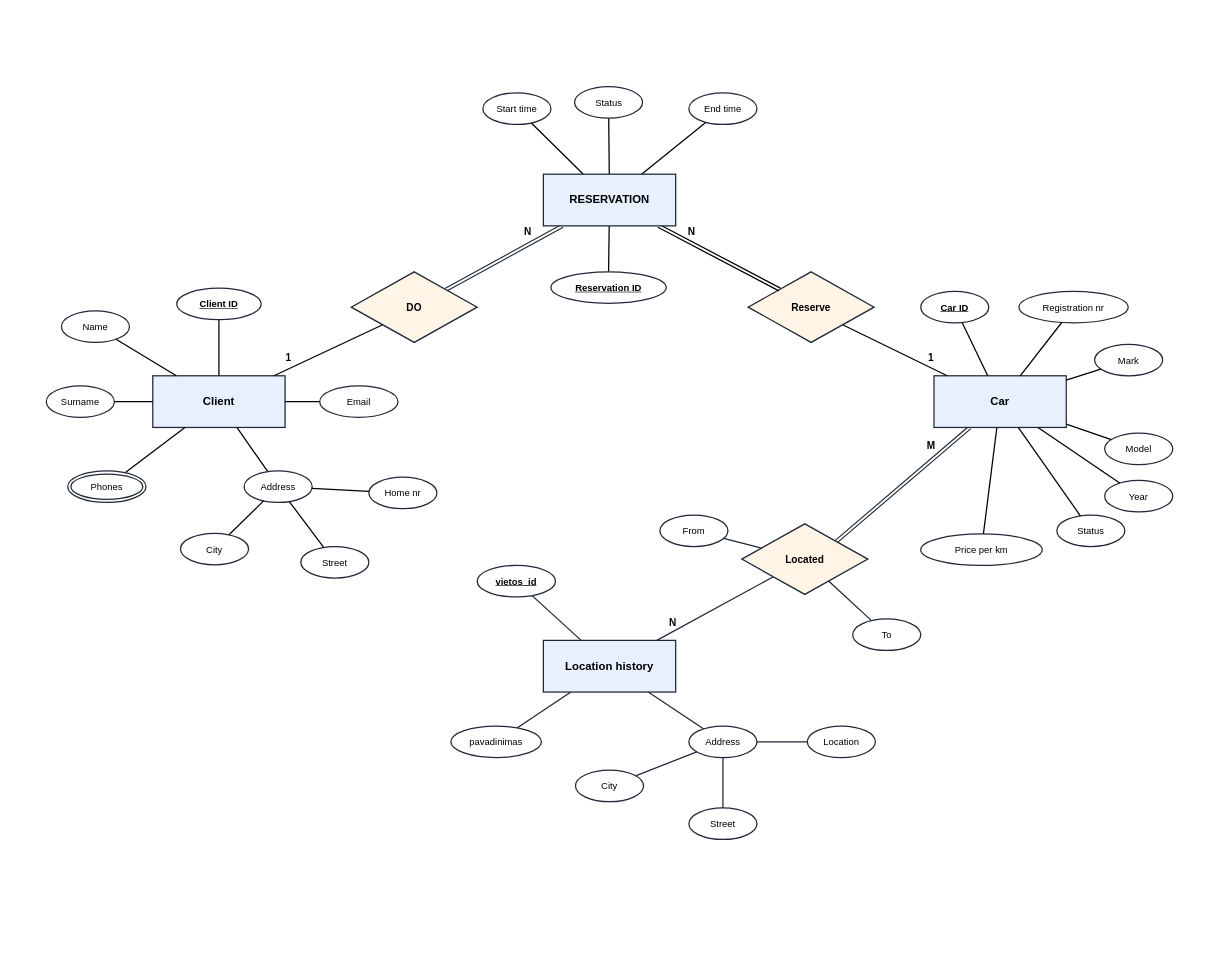
The draw.io diagram 2/docs/er-model.drawio in Makar1y/DBMS, before the edit. Source tidied: cells renumbered, new cells numbered last; positions are measured from the earlier drawing's top-left corner, leaving out a move shared by most shapes. Both pictures are drawn from the tidied source at 63%, with x=0, y=0 at pixel (11, 11).
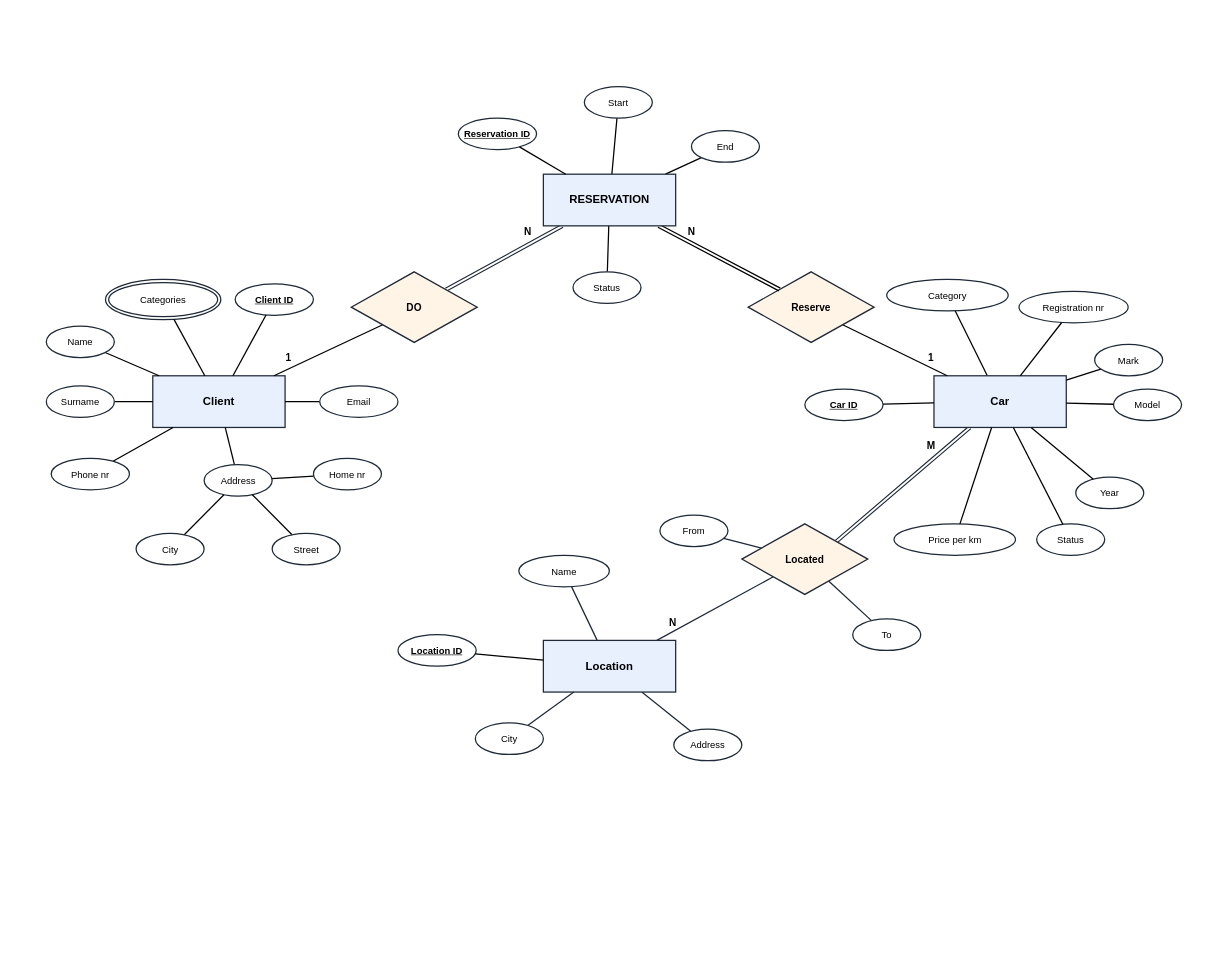
The same page after the edit.

Unchanged cells that the change refers to:
```xml
<mxCell id="12" value="Client" style="rounded=0;whiteSpace=wrap;html=1;fillColor=#e8f0fe;strokeColor=#1f2937;strokeWidth=2;fontSize=18;fontStyle=1;verticalAlign=middle;align=center;" parent="1" vertex="1">
  <mxGeometry x="225" y="579" width="210" height="82" as="geometry" />
</mxCell>
<mxCell id="13" value="Car" style="rounded=0;whiteSpace=wrap;html=1;fillColor=#e8f0fe;strokeColor=#1f2937;strokeWidth=2;fontSize=18;fontStyle=1;verticalAlign=middle;align=center;" parent="1" vertex="1">
  <mxGeometry x="1465" y="579" width="210" height="82" as="geometry" />
</mxCell>
<mxCell id="62" value="RESERVATION" style="rounded=0;whiteSpace=wrap;html=1;fillColor=#e8f0fe;strokeColor=#1f2937;strokeWidth=2;fontSize=18;fontStyle=1;verticalAlign=middle;align=center;" parent="1" vertex="1">
  <mxGeometry x="845" y="259" width="210" height="82" as="geometry" />
</mxCell>
```

Change to the diagram source:
```diff
@@
-    <mxCell id="6" style="edgeStyle=none;endArrow=none;html=1;rounded=0;strokeWidth=2;strokeColor=#1f2937;" parent="1" edge="1" source="14" target="52">
-      <mxGeometry relative="1" as="geometry" />
-    </mxCell>
-    <mxCell id="7" style="edgeStyle=none;endArrow=none;html=1;rounded=0;strokeWidth=2;strokeColor=#1f2937;" parent="1" edge="1">
-      <mxGeometry relative="1" as="geometry">
-        <mxPoint x="950" y="1040" as="sourcePoint" />
-        <mxPoint x="770" y="1160" as="targetPoint" />
-      </mxGeometry>
+    <mxCell id="7" style="edgeStyle=none;endArrow=none;html=1;rounded=0;strokeWidth=2;strokeColor=#1f2937;" parent="1" edge="1" source="14" target="53">
+      <mxGeometry relative="1" as="geometry" />
     </mxCell>
-    <mxCell id="8" style="edgeStyle=none;endArrow=none;html=1;rounded=0;strokeWidth=2;strokeColor=#1f2937;" parent="1" edge="1" source="55" target="54">
-      <mxGeometry relative="1" as="geometry" />
-    </mxCell>
-    <mxCell id="9" style="edgeStyle=none;endArrow=none;html=1;rounded=0;strokeWidth=2;strokeColor=#1f2937;" parent="1" edge="1">
-      <mxGeometry relative="1" as="geometry">
-        <mxPoint x="950" y="1040" as="sourcePoint" />
-        <mxPoint x="1130" y="1160" as="targetPoint" />
-      </mxGeometry>
+    <mxCell id="9" style="edgeStyle=none;endArrow=none;html=1;rounded=0;strokeWidth=2;strokeColor=#1f2937;" parent="1" edge="1" source="14" target="55">
+      <mxGeometry relative="1" as="geometry" />
     </mxCell>
@@
+    <mxCell id="73" style="edgeStyle=none;html=1;endArrow=none;endFill=0;strokeWidth=2;" parent="1" edge="1" source="13" target="75">
+      <mxGeometry relative="1" as="geometry" />
+    </mxCell>
@@
-    <mxCell id="14" value="Location history" style="rounded=0;whiteSpace=wrap;html=1;fillColor=#e8f0fe;strokeColor=#1f2937;strokeWidth=2;fontSize=18;fontStyle=1;verticalAlign=middle;align=center;" parent="1" vertex="1">
+    <mxCell id="14" value="Location" style="rounded=0;whiteSpace=wrap;html=1;fillColor=#e8f0fe;strokeColor=#1f2937;strokeWidth=2;fontSize=18;fontStyle=1;verticalAlign=middle;align=center;" parent="1" vertex="1">
       <mxGeometry x="845" y="999" width="210" height="82" as="geometry" />
     </mxCell>
@@
-    <mxCell id="18" style="edgeStyle=none;html=1;endArrow=none;endFill=0;strokeWidth=2;" parent="1" edge="1" source="19" target="12">
-      <mxGeometry relative="1" as="geometry" />
-    </mxCell>
-    <mxCell id="19" value="Client ID" style="ellipse;whiteSpace=wrap;html=1;fillColor=#ffffff;strokeColor=#1f2937;strokeWidth=2;fontSize=15;align=center;verticalAlign=middle;fontStyle=5;" parent="1" vertex="1">
-      <mxGeometry x="263" y="440" width="134" height="50" as="geometry" />
-    </mxCell>
@@
     <mxCell id="21" value="Name" style="ellipse;whiteSpace=wrap;html=1;fillColor=#ffffff;strokeColor=#1f2937;strokeWidth=2;fontSize=15;align=center;verticalAlign=middle;fontStyle=0;" parent="1" vertex="1">
-      <mxGeometry x="80" y="476" width="108" height="50" as="geometry" />
+      <mxGeometry x="56" y="500" width="108" height="50" as="geometry" />
     </mxCell>
@@
-    <mxCell id="27" value="Phones" style="ellipse;shape=doubleEllipse;whiteSpace=wrap;html=1;fillColor=#ffffff;strokeColor=#1f2937;strokeWidth=2;fontSize=15;align=center;verticalAlign=middle;fontStyle=0;" parent="1" vertex="1">
-      <mxGeometry x="90" y="730" width="124.2" height="50" as="geometry" />
+    <mxCell id="27" value="Phone nr" style="ellipse;whiteSpace=wrap;html=1;fillColor=#ffffff;strokeColor=#1f2937;strokeWidth=2;fontSize=15;align=center;verticalAlign=middle;fontStyle=0;" parent="1" vertex="1">
+      <mxGeometry x="63.8" y="710" width="124.2" height="50" as="geometry" />
     </mxCell>
@@
     <mxCell id="30" value="Address" style="ellipse;whiteSpace=wrap;html=1;fillColor=#ffffff;strokeColor=#1f2937;strokeWidth=2;fontSize=15;align=center;verticalAlign=middle;fontStyle=0;" parent="1" vertex="1">
-      <mxGeometry x="370" y="730" width="108" height="50" as="geometry" />
+      <mxGeometry x="306.5" y="720" width="108" height="50" as="geometry" />
     </mxCell>
@@
     <mxCell id="32" value="City" style="ellipse;whiteSpace=wrap;html=1;fillColor=#ffffff;strokeColor=#1f2937;strokeWidth=2;fontSize=15;align=center;verticalAlign=middle;fontStyle=0;" parent="1" vertex="1">
-      <mxGeometry x="269" y="829" width="108" height="50" as="geometry" />
+      <mxGeometry x="198.5" y="829" width="108" height="50" as="geometry" />
     </mxCell>
@@
     <mxCell id="34" value="Street" style="ellipse;whiteSpace=wrap;html=1;fillColor=#ffffff;strokeColor=#1f2937;strokeWidth=2;fontSize=15;align=center;verticalAlign=middle;fontStyle=0;" parent="1" vertex="1">
-      <mxGeometry x="460" y="850" width="108" height="50" as="geometry" />
+      <mxGeometry x="414.5" y="829" width="108" height="50" as="geometry" />
     </mxCell>
     <mxCell id="35" value="Home nr" style="ellipse;whiteSpace=wrap;html=1;fillColor=#ffffff;strokeColor=#1f2937;strokeWidth=2;fontSize=15;align=center;verticalAlign=middle;fontStyle=0;" parent="1" vertex="1">
-      <mxGeometry x="568" y="740" width="108" height="50" as="geometry" />
+      <mxGeometry x="480" y="710" width="108" height="50" as="geometry" />
     </mxCell>
-    <mxCell id="36" style="edgeStyle=none;html=1;exitX=0.5;exitY=0;exitDx=0;exitDy=0;endArrow=none;endFill=0;startArrow=none;startFill=0;strokeWidth=2;" parent="1" edge="1" source="37" target="62">
-      <mxGeometry relative="1" as="geometry" />
-    </mxCell>
-    <mxCell id="37" value="Reservation ID" style="ellipse;whiteSpace=wrap;html=1;fillColor=#ffffff;strokeColor=#1f2937;strokeWidth=2;fontSize=15;align=center;verticalAlign=middle;fontStyle=5;" parent="1" vertex="1">
-      <mxGeometry x="857" y="414" width="183" height="50" as="geometry" />
-    </mxCell>
@@
-    <mxCell id="39" value="Start time" style="ellipse;whiteSpace=wrap;html=1;fillColor=#ffffff;strokeColor=#1f2937;strokeWidth=2;fontSize=15;align=center;verticalAlign=middle;fontStyle=0;" parent="1" vertex="1">
-      <mxGeometry x="749" y="130" width="108" height="50" as="geometry" />
+    <mxCell id="39" value="Start" style="ellipse;whiteSpace=wrap;html=1;fillColor=#ffffff;strokeColor=#1f2937;strokeWidth=2;fontSize=15;align=center;verticalAlign=middle;fontStyle=0;" parent="1" vertex="1">
+      <mxGeometry x="910" y="120" width="108" height="50" as="geometry" />
     </mxCell>
@@
-    <mxCell id="41" value="End time" style="ellipse;whiteSpace=wrap;html=1;fillColor=#ffffff;strokeColor=#1f2937;strokeWidth=2;fontSize=15;align=center;verticalAlign=middle;fontStyle=0;" parent="1" vertex="1">
-      <mxGeometry x="1076" y="130" width="108" height="50" as="geometry" />
+    <mxCell id="41" value="End" style="ellipse;whiteSpace=wrap;html=1;fillColor=#ffffff;strokeColor=#1f2937;strokeWidth=2;fontSize=15;align=center;verticalAlign=middle;fontStyle=0;" parent="1" vertex="1">
+      <mxGeometry x="1080" y="190" width="108" height="50" as="geometry" />
     </mxCell>
@@
     <mxCell id="43" value="Status" style="ellipse;whiteSpace=wrap;html=1;fillColor=#ffffff;strokeColor=#1f2937;strokeWidth=2;fontSize=15;align=center;verticalAlign=middle;fontStyle=0;" parent="1" vertex="1">
-      <mxGeometry x="894.5" y="120" width="108" height="50" as="geometry" />
+      <mxGeometry x="892" y="414" width="108" height="50" as="geometry" />
     </mxCell>
-    <mxCell id="44" style="edgeStyle=none;html=1;endArrow=none;endFill=0;strokeWidth=2;" parent="1" edge="1" source="45" target="13">
-      <mxGeometry relative="1" as="geometry" />
-    </mxCell>
-    <mxCell id="45" value="Car ID" style="ellipse;whiteSpace=wrap;html=1;fillColor=#ffffff;strokeColor=#1f2937;strokeWidth=2;fontSize=15;align=center;verticalAlign=middle;fontStyle=5;" parent="1" vertex="1">
-      <mxGeometry x="1444" y="445" width="108" height="50" as="geometry" />
-    </mxCell>
@@
     <mxCell id="48" value="Model" style="ellipse;whiteSpace=wrap;html=1;fillColor=#ffffff;strokeColor=#1f2937;strokeWidth=2;fontSize=15;align=center;verticalAlign=middle;fontStyle=0;" parent="1" vertex="1">
-      <mxGeometry x="1736" y="670" width="108" height="50" as="geometry" />
+      <mxGeometry x="1750" y="600" width="108" height="50" as="geometry" />
     </mxCell>
     <mxCell id="49" value="Year" style="ellipse;whiteSpace=wrap;html=1;fillColor=#ffffff;strokeColor=#1f2937;strokeWidth=2;fontSize=15;align=center;verticalAlign=middle;fontStyle=0;" parent="1" vertex="1">
-      <mxGeometry x="1736" y="745" width="108" height="50" as="geometry" />
+      <mxGeometry x="1690" y="740" width="108" height="50" as="geometry" />
     </mxCell>
     <mxCell id="50" value="Status" style="ellipse;whiteSpace=wrap;html=1;fillColor=#ffffff;strokeColor=#1f2937;strokeWidth=2;fontSize=15;align=center;verticalAlign=middle;fontStyle=0;" parent="1" vertex="1">
-      <mxGeometry x="1660" y="800" width="108" height="50" as="geometry" />
+      <mxGeometry x="1628" y="814" width="108" height="50" as="geometry" />
     </mxCell>
     <mxCell id="51" value="Price per km" style="ellipse;whiteSpace=wrap;html=1;fillColor=#ffffff;strokeColor=#1f2937;strokeWidth=2;fontSize=15;align=center;verticalAlign=middle;fontStyle=0;" parent="1" vertex="1">
-      <mxGeometry x="1444" y="830" width="192.8" height="50" as="geometry" />
+      <mxGeometry x="1401.6" y="814" width="192.8" height="50" as="geometry" />
     </mxCell>
-    <mxCell id="52" value="vietos_id" style="ellipse;whiteSpace=wrap;html=1;fillColor=#ffffff;strokeColor=#1f2937;strokeWidth=2;fontSize=15;align=center;verticalAlign=middle;fontStyle=5;" parent="1" vertex="1">
-      <mxGeometry x="740" y="880" width="124.2" height="50" as="geometry" />
-    </mxCell>
-    <mxCell id="53" value="pavadinimas" style="ellipse;whiteSpace=wrap;html=1;fillColor=#ffffff;strokeColor=#1f2937;strokeWidth=2;fontSize=15;align=center;verticalAlign=middle;fontStyle=0;" parent="1" vertex="1">
-      <mxGeometry x="698.1" y="1135" width="143.8" height="50" as="geometry" />
+    <mxCell id="53" value="Name" style="ellipse;whiteSpace=wrap;html=1;fillColor=#ffffff;strokeColor=#1f2937;strokeWidth=2;fontSize=15;align=center;verticalAlign=middle;fontStyle=0;" parent="1" vertex="1">
+      <mxGeometry x="806" y="864" width="143.8" height="50" as="geometry" />
     </mxCell>
-    <mxCell id="54" value="City" style="ellipse;whiteSpace=wrap;html=1;fillColor=#ffffff;strokeColor=#1f2937;strokeWidth=2;fontSize=15;align=center;verticalAlign=middle;fontStyle=0;" parent="1" vertex="1">
-      <mxGeometry x="896" y="1205" width="108" height="50" as="geometry" />
-    </mxCell>
     <mxCell id="55" value="Address" style="ellipse;whiteSpace=wrap;html=1;fillColor=#ffffff;strokeColor=#1f2937;strokeWidth=2;fontSize=15;align=center;verticalAlign=middle;fontStyle=0;" parent="1" vertex="1">
-      <mxGeometry x="1076" y="1135" width="108" height="50" as="geometry" />
+      <mxGeometry x="1052" y="1140" width="108" height="50" as="geometry" />
     </mxCell>
@@
-    <mxCell id="69" value="Street" style="ellipse;whiteSpace=wrap;html=1;fillColor=#ffffff;strokeColor=#1f2937;strokeWidth=2;fontSize=15;align=center;verticalAlign=middle;fontStyle=0;" parent="1" vertex="1">
-      <mxGeometry x="1076" y="1265" width="108" height="50" as="geometry" />
-    </mxCell>
-    <mxCell id="70" value="Location" style="ellipse;whiteSpace=wrap;html=1;fillColor=#ffffff;strokeColor=#1f2937;strokeWidth=2;fontSize=15;align=center;verticalAlign=middle;fontStyle=0;" parent="1" vertex="1">
-      <mxGeometry x="1264" y="1135" width="108" height="50" as="geometry" />
+    <mxCell id="70" value="City" style="ellipse;whiteSpace=wrap;html=1;fillColor=#ffffff;strokeColor=#1f2937;strokeWidth=2;fontSize=15;align=center;verticalAlign=middle;fontStyle=0;" parent="1" vertex="1">
+      <mxGeometry x="737" y="1130" width="108" height="50" as="geometry" />
     </mxCell>
-    <mxCell id="71" style="edgeStyle=none;endArrow=none;html=1;rounded=0;strokeWidth=2;strokeColor=#1f2937;" parent="1" edge="1" source="55" target="70">
+    <mxCell id="71" style="edgeStyle=none;endArrow=none;html=1;rounded=0;strokeWidth=2;strokeColor=#1f2937;" parent="1" edge="1" source="14" target="70">
       <mxGeometry relative="1" as="geometry" />
     </mxCell>
-    <mxCell id="72" style="edgeStyle=none;endArrow=none;html=1;rounded=0;strokeWidth=2;strokeColor=#1f2937;" parent="1" edge="1" source="55" target="69">
-      <mxGeometry relative="1" as="geometry" />
-    </mxCell>
+    <mxCell id="74" value="Categories" style="ellipse;shape=doubleEllipse;whiteSpace=wrap;html=1;fillColor=#ffffff;strokeColor=#1f2937;strokeWidth=2;fontSize=15;align=center;verticalAlign=middle;fontStyle=0;" parent="1" vertex="1">
+      <mxGeometry x="150" y="426" width="183" height="64" as="geometry" />
+    </mxCell>
+    <mxCell id="75" value="&lt;span style=&quot;color: rgb(0, 0, 0);&quot;&gt;Category&lt;/span&gt;" style="ellipse;whiteSpace=wrap;html=1;fillColor=#ffffff;strokeColor=#1f2937;strokeWidth=2;fontSize=15;align=center;verticalAlign=middle;fontStyle=0;" parent="1" vertex="1">
+      <mxGeometry x="1390" y="426" width="192.8" height="50" as="geometry" />
+    </mxCell>
+    <mxCell id="76" style="edgeStyle=none;html=1;strokeWidth=2;endArrow=none;endFill=0;" parent="1" edge="1" source="74" target="12">
+      <mxGeometry relative="1" as="geometry" />
+    </mxCell>
+    <mxCell id="19" value="&lt;u&gt;&lt;b&gt;Client ID&lt;/b&gt;&lt;/u&gt;" style="ellipse;whiteSpace=wrap;html=1;fillColor=#ffffff;strokeColor=#1f2937;strokeWidth=2;fontSize=15;align=center;verticalAlign=middle;fontStyle=0;" parent="1" vertex="1">
+      <mxGeometry x="355.8" y="433" width="124.2" height="50" as="geometry" />
+    </mxCell>
+    <mxCell id="18" style="edgeStyle=none;html=1;strokeWidth=2;endArrow=none;endFill=0;" parent="1" edge="1" source="19" target="12">
+      <mxGeometry relative="1" as="geometry" />
+    </mxCell>
+    <mxCell id="45" value="&lt;u&gt;&lt;b&gt;Car ID&lt;/b&gt;&lt;/u&gt;" style="ellipse;whiteSpace=wrap;html=1;fillColor=#ffffff;strokeColor=#1f2937;strokeWidth=2;fontSize=15;align=center;verticalAlign=middle;fontStyle=0;" parent="1" vertex="1">
+      <mxGeometry x="1260" y="600" width="124.2" height="50" as="geometry" />
+    </mxCell>
+    <mxCell id="44" style="edgeStyle=none;html=1;strokeWidth=2;endArrow=none;endFill=0;" parent="1" edge="1" source="45" target="13">
+      <mxGeometry relative="1" as="geometry" />
+    </mxCell>
+    <mxCell id="77" value="&lt;u&gt;&lt;b&gt;Location ID&lt;/b&gt;&lt;/u&gt;" style="ellipse;whiteSpace=wrap;html=1;fillColor=#ffffff;strokeColor=#1f2937;strokeWidth=2;fontSize=15;align=center;verticalAlign=middle;fontStyle=0;" parent="1" vertex="1">
+      <mxGeometry x="614.2" y="990" width="124.2" height="50" as="geometry" />
+    </mxCell>
+    <mxCell id="78" style="edgeStyle=none;html=1;strokeWidth=2;endArrow=none;endFill=0;" parent="1" edge="1" source="77" target="14">
+      <mxGeometry relative="1" as="geometry" />
+    </mxCell>
+    <mxCell id="37" value="&lt;u&gt;&lt;b&gt;Reservation ID&lt;/b&gt;&lt;/u&gt;" style="ellipse;whiteSpace=wrap;html=1;fillColor=#ffffff;strokeColor=#1f2937;strokeWidth=2;fontSize=15;align=center;verticalAlign=middle;fontStyle=0;" parent="1" vertex="1">
+      <mxGeometry x="710" y="170" width="124.2" height="50" as="geometry" />
+    </mxCell>
+    <mxCell id="36" style="edgeStyle=none;html=1;strokeWidth=2;endArrow=none;endFill=0;" parent="1" edge="1" source="37" target="62">
+      <mxGeometry relative="1" as="geometry" />
+    </mxCell>
```
